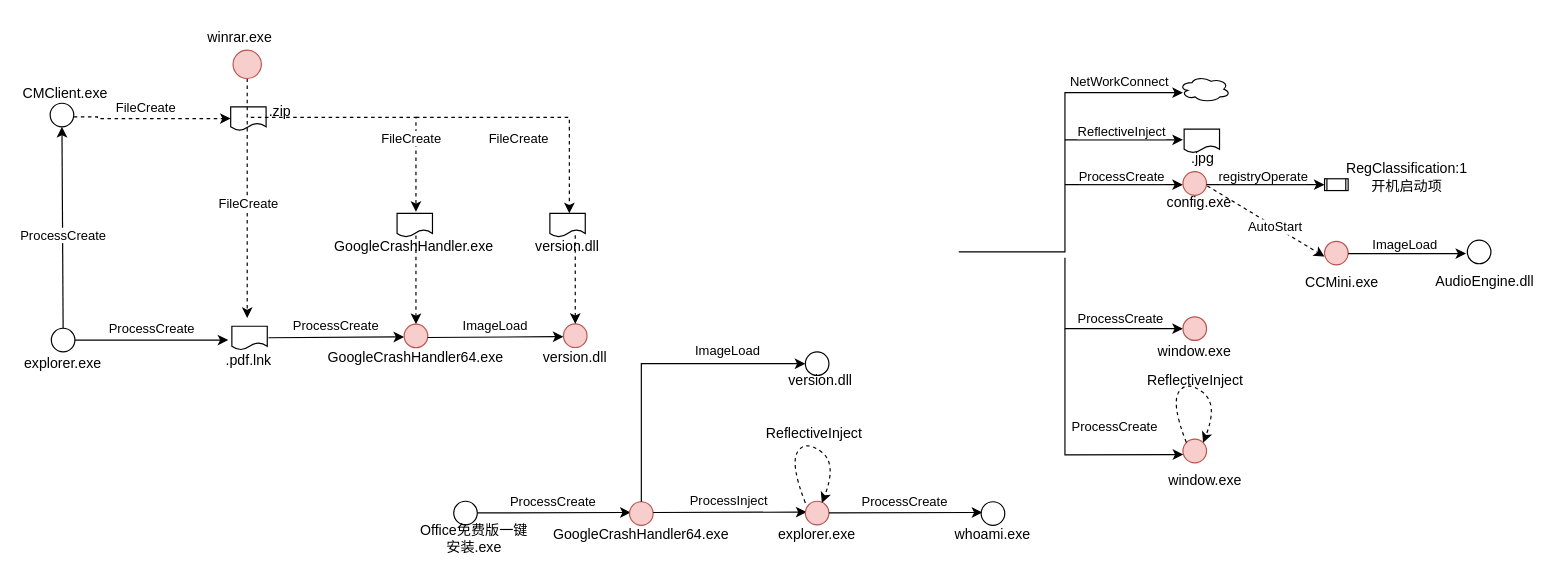
Earlier version of the draw.io diagram 银狐5.drawio (ernongxizhu/picture). Source tidied: cells renumbered, new cells numbered last; positions are measured from the earlier drawing's top-left corner, leaving out a move shared by most shapes. Both pictures are drawn from the tidied source at 118%, with x=0, y=0 at pixel (27, 20).
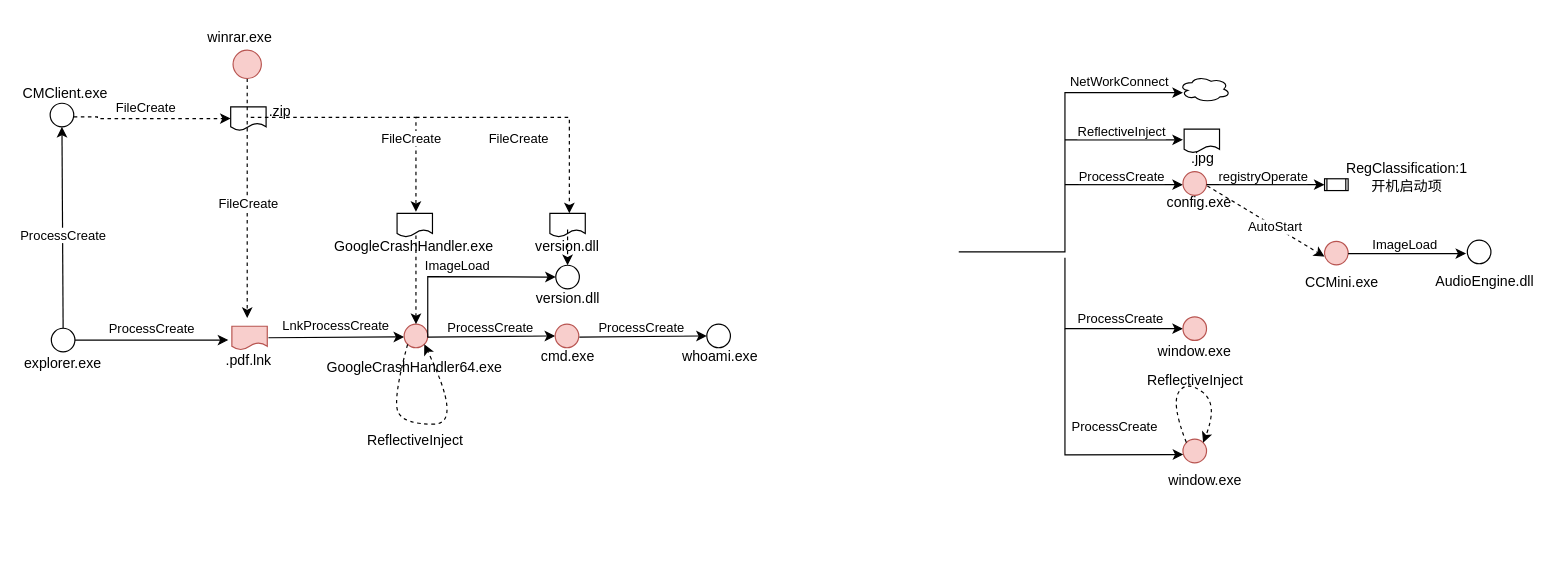
The same page after the edit.

The change refers to these unchanged cells:
```xml
<mxCell id="80" value="version.dll" style="text;strokeColor=none;align=center;fillColor=none;html=1;verticalAlign=middle;whiteSpace=wrap;rounded=0;" parent="1" vertex="1">
  <mxGeometry x="409" y="177" width="97" height="30" as="geometry" />
</mxCell>
<mxCell id="81" style="endArrow=classic;html=1;rounded=0;exitX=1;exitY=0.5;exitDx=0;exitDy=0;" parent="1" edge="1">
  <mxGeometry relative="1" as="geometry">
    <mxPoint x="204" y="268.7" as="sourcePoint" />
    <mxPoint x="319" y="268" as="targetPoint" />
  </mxGeometry>
</mxCell>
<mxCell id="83" style="ellipse;whiteSpace=wrap;html=1;fillColor=#f8cecc;strokeColor=#b85450;" parent="1" vertex="1">
  <mxGeometry x="319" y="257.2" width="20" height="20" as="geometry" />
</mxCell>
```

What changed in the source:
```diff
@@
-    <mxCell id="5" style="ellipse;whiteSpace=wrap;html=1;" parent="1" vertex="1">
-      <mxGeometry x="361" y="407.3" width="20" height="20" as="geometry" />
-    </mxCell>
@@
-    <mxCell id="9" value="Office免费版一键安装.exe" style="text;strokeColor=none;align=center;fillColor=none;html=1;verticalAlign=middle;whiteSpace=wrap;rounded=0;" parent="1" vertex="1">
-      <mxGeometry x="329" y="424.3" width="99" height="30" as="geometry" />
-    </mxCell>
@@
-    <mxCell id="53" style="shape=document;whiteSpace=wrap;html=1;boundedLbl=1;" parent="1" vertex="1">
+    <mxCell id="53" style="shape=document;whiteSpace=wrap;html=1;boundedLbl=1;fillColor=#f8cecc;strokeColor=#b85450;" parent="1" vertex="1">
       <mxGeometry x="173" y="259" width="30" height="20" as="geometry" />
     </mxCell>
@@
-    <mxCell id="55" style="endArrow=classic;html=1;rounded=0;exitX=1;exitY=0.5;exitDx=0;exitDy=0;" parent="1" edge="1">
-      <mxGeometry relative="1" as="geometry">
-        <mxPoint x="381" y="417.2" as="sourcePoint" />
-        <mxPoint x="511" y="416.8" as="targetPoint" />
-      </mxGeometry>
-    </mxCell>
-    <mxCell id="56" value="ProcessCreate" style="edgeLabel;html=1;align=center;verticalAlign=middle;" parent="55" vertex="1">
-      <mxGeometry x="-0.16" y="3" relative="1" as="geometry">
-        <mxPoint x="9" y="-7" as="offset" />
-      </mxGeometry>
-    </mxCell>
-    <mxCell id="57" style="ellipse;whiteSpace=wrap;html=1;fillColor=#f8cecc;strokeColor=#b85450;" parent="1" vertex="1">
-      <mxGeometry x="510" y="407.7" width="20" height="20" as="geometry" />
-    </mxCell>
-    <mxCell id="58" value="GoogleCrashHandler64.exe" style="text;strokeColor=none;align=center;fillColor=none;html=1;verticalAlign=middle;whiteSpace=wrap;rounded=0;" parent="1" vertex="1">
-      <mxGeometry x="490" y="421.3" width="60" height="30" as="geometry" />
-    </mxCell>
-    <mxCell id="59" style="endArrow=classic;html=1;rounded=0;exitX=0.5;exitY=0;exitDx=0;exitDy=0;entryX=0;entryY=0.5;entryDx=0;entryDy=0;" parent="1" edge="1" source="57" target="61">
-      <mxGeometry relative="1" as="geometry">
-        <Array as="points">
-          <mxPoint x="520" y="290.7" />
-        </Array>
-      </mxGeometry>
-    </mxCell>
-    <mxCell id="60" value="ImageLoad" style="edgeLabel;html=1;align=center;verticalAlign=middle;" parent="59" vertex="1">
-      <mxGeometry x="-0.16" y="3" relative="1" as="geometry">
-        <mxPoint x="75" y="-20" as="offset" />
-      </mxGeometry>
-    </mxCell>
-    <mxCell id="61" style="ellipse;whiteSpace=wrap;html=1;" parent="1" vertex="1">
-      <mxGeometry x="659" y="280.7" width="20" height="20" as="geometry" />
-    </mxCell>
-    <mxCell id="62" value="version.dll" style="text;strokeColor=none;align=center;fillColor=none;html=1;verticalAlign=middle;whiteSpace=wrap;rounded=0;" parent="1" vertex="1">
-      <mxGeometry x="642" y="289.7" width="60" height="30" as="geometry" />
-    </mxCell>
-    <mxCell id="63" style="endArrow=classic;html=1;rounded=0;exitX=1;exitY=0.5;exitDx=0;exitDy=0;" parent="1" edge="1">
-      <mxGeometry relative="1" as="geometry">
-        <mxPoint x="530" y="416.8" as="sourcePoint" />
-        <mxPoint x="660" y="416.5" as="targetPoint" />
-      </mxGeometry>
-    </mxCell>
-    <mxCell id="64" value="ProcessInject" style="edgeLabel;html=1;align=center;verticalAlign=middle;" parent="63" vertex="1">
-      <mxGeometry x="-0.16" y="3" relative="1" as="geometry">
-        <mxPoint x="9" y="-7" as="offset" />
-      </mxGeometry>
-    </mxCell>
-    <mxCell id="65" style="ellipse;whiteSpace=wrap;html=1;fillColor=#f8cecc;strokeColor=#b85450;" parent="1" vertex="1">
-      <mxGeometry x="659" y="407.3" width="20" height="20" as="geometry" />
-    </mxCell>
-    <mxCell id="66" value="explorer.exe" style="text;strokeColor=none;align=center;fillColor=none;html=1;verticalAlign=middle;whiteSpace=wrap;rounded=0;" parent="1" vertex="1">
-      <mxGeometry x="639" y="421" width="60" height="30" as="geometry" />
-    </mxCell>
-    <mxCell id="67" style="curved=1;endArrow=classic;html=1;rounded=0;exitX=0;exitY=0;exitDx=0;exitDy=0;entryX=1;entryY=0;entryDx=0;entryDy=0;dashed=1;" parent="1" edge="1">
-      <mxGeometry relative="1" as="geometry">
-        <mxPoint x="659" y="408.7" as="sourcePoint" />
-        <mxPoint x="673" y="408.7" as="targetPoint" />
-        <Array as="points">
-          <mxPoint x="646" y="375.3" />
-          <mxPoint x="659" y="355.3" />
-          <mxPoint x="686" y="375.3" />
-        </Array>
-      </mxGeometry>
-    </mxCell>
-    <mxCell id="68" value="ReflectiveInject" style="text;whiteSpace=wrap;" parent="1" vertex="1">
-      <mxGeometry x="624" y="335.7" width="90" height="20" as="geometry" />
-    </mxCell>
-    <mxCell id="69" style="endArrow=classic;html=1;rounded=0;exitX=1;exitY=0.5;exitDx=0;exitDy=0;" parent="1" edge="1">
-      <mxGeometry relative="1" as="geometry">
-        <mxPoint x="679" y="417.2" as="sourcePoint" />
-        <mxPoint x="809" y="416.8" as="targetPoint" />
-      </mxGeometry>
-    </mxCell>
-    <mxCell id="70" value="ProcessCreate" style="edgeLabel;html=1;align=center;verticalAlign=middle;" parent="69" vertex="1">
-      <mxGeometry x="-0.16" y="3" relative="1" as="geometry">
-        <mxPoint x="9" y="-7" as="offset" />
-      </mxGeometry>
-    </mxCell>
-    <mxCell id="71" style="ellipse;whiteSpace=wrap;html=1;" parent="1" vertex="1">
-      <mxGeometry x="808" y="407.7" width="20" height="20" as="geometry" />
-    </mxCell>
-    <mxCell id="72" value="whoami.exe" style="text;strokeColor=none;align=center;fillColor=none;html=1;verticalAlign=middle;whiteSpace=wrap;rounded=0;" parent="1" vertex="1">
-      <mxGeometry x="788" y="421.3" width="60" height="30" as="geometry" />
-    </mxCell>
@@
-    <mxCell id="82" value="ProcessCreate" style="edgeLabel;html=1;align=center;verticalAlign=middle;" parent="81" vertex="1">
+    <mxCell id="82" value="LnkProcessCreate" style="edgeLabel;html=1;align=center;verticalAlign=middle;" parent="81" vertex="1">
       <mxGeometry x="-0.16" y="3" relative="1" as="geometry">
         <mxPoint x="9" y="-7" as="offset" />
       </mxGeometry>
     </mxCell>
@@
-    <mxCell id="84" value="GoogleCrashHandler64.exe" style="text;strokeColor=none;align=center;fillColor=none;html=1;verticalAlign=middle;whiteSpace=wrap;rounded=0;" parent="1" vertex="1">
-      <mxGeometry x="299" y="270.8" width="60" height="30" as="geometry" />
-    </mxCell>
@@
-    <mxCell id="86" style="endArrow=classic;html=1;rounded=0;exitX=1;exitY=0.5;exitDx=0;exitDy=0;" parent="1" edge="1">
+    <mxCell id="86" style="endArrow=classic;html=1;rounded=0;exitX=1;exitY=0.5;exitDx=0;exitDy=0;entryX=0;entryY=0.5;entryDx=0;entryDy=0;" parent="1" edge="1" target="88">
       <mxGeometry relative="1" as="geometry">
         <mxPoint x="339" y="268.5" as="sourcePoint" />
-        <mxPoint x="454" y="267.8" as="targetPoint" />
+        <Array as="points">
+          <mxPoint x="339" y="217" />
+        </Array>
       </mxGeometry>
     </mxCell>
@@
-    <mxCell id="88" style="ellipse;whiteSpace=wrap;html=1;fillColor=#f8cecc;strokeColor=#b85450;" parent="1" vertex="1">
-      <mxGeometry x="454" y="257" width="20" height="20" as="geometry" />
+    <mxCell id="88" style="ellipse;whiteSpace=wrap;html=1;" parent="1" vertex="1">
+      <mxGeometry x="447.5" y="207.3" width="20" height="20" as="geometry" />
     </mxCell>
     <mxCell id="89" value="version.dll" style="text;strokeColor=none;align=center;fillColor=none;html=1;verticalAlign=middle;whiteSpace=wrap;rounded=0;" parent="1" vertex="1">
-      <mxGeometry x="434" y="270.7" width="60" height="30" as="geometry" />
+      <mxGeometry x="427.5" y="221" width="60" height="30" as="geometry" />
     </mxCell>
-    <mxCell id="90" style="endArrow=classic;html=1;rounded=0;entryX=0.5;entryY=0;entryDx=0;entryDy=0;dashed=1;" parent="1" edge="1" target="88">
-      <mxGeometry relative="1" as="geometry">
-        <mxPoint x="464" y="181.8" as="sourcePoint" />
-      </mxGeometry>
+    <mxCell id="90" style="endArrow=classic;html=1;rounded=0;entryX=0.5;entryY=0;entryDx=0;entryDy=0;dashed=1;exitX=0.5;exitY=0;exitDx=0;exitDy=0;" parent="1" edge="1" source="80" target="88">
+      <mxGeometry relative="1" as="geometry" />
     </mxCell>
+    <mxCell id="91" style="endArrow=classic;html=1;rounded=0;entryX=0;entryY=0.5;entryDx=0;entryDy=0;" parent="1" edge="1" target="94">
+      <mxGeometry relative="1" as="geometry">
+        <mxPoint x="339" y="268.2" as="sourcePoint" />
+      </mxGeometry>
+    </mxCell>
+    <mxCell id="92" value="ProcessCreate" style="edgeLabel;html=1;align=center;verticalAlign=middle;" parent="91" vertex="1">
+      <mxGeometry x="0.15" y="-2" relative="1" as="geometry">
+        <mxPoint x="-10" y="-10" as="offset" />
+      </mxGeometry>
+    </mxCell>
+    <mxCell id="93" value="cmd.exe" style="text;strokeColor=none;align=center;fillColor=none;html=1;verticalAlign=middle;whiteSpace=wrap;rounded=0;" parent="1" vertex="1">
+      <mxGeometry x="428" y="270.2" width="60" height="30" as="geometry" />
+    </mxCell>
+    <mxCell id="94" style="ellipse;whiteSpace=wrap;html=1;fillColor=#f8cecc;strokeColor=#b85450;" parent="1" vertex="1">
+      <mxGeometry x="447" y="257.2" width="20" height="20" as="geometry" />
+    </mxCell>
+    <mxCell id="95" style="endArrow=classic;html=1;rounded=0;entryX=0;entryY=0.5;entryDx=0;entryDy=0;" parent="1" edge="1" target="97">
+      <mxGeometry relative="1" as="geometry">
+        <mxPoint x="467.5" y="268.2" as="sourcePoint" />
+      </mxGeometry>
+    </mxCell>
+    <mxCell id="96" value="ProcessCreate" style="edgeLabel;html=1;align=center;verticalAlign=middle;" parent="95" vertex="1">
+      <mxGeometry x="0.15" y="-2" relative="1" as="geometry">
+        <mxPoint x="-10" y="-10" as="offset" />
+      </mxGeometry>
+    </mxCell>
+    <mxCell id="72" value="whoami.exe" style="text;strokeColor=none;align=center;fillColor=none;html=1;verticalAlign=middle;whiteSpace=wrap;rounded=0;" parent="1" vertex="1">
+      <mxGeometry x="556.5" y="270.2" width="60" height="30" as="geometry" />
+    </mxCell>
+    <mxCell id="97" style="ellipse;whiteSpace=wrap;html=1;" parent="1" vertex="1">
+      <mxGeometry x="575.5" y="257.2" width="20" height="20" as="geometry" />
+    </mxCell>
+    <mxCell id="98" style="curved=1;endArrow=classic;html=1;rounded=0;exitX=0;exitY=1;exitDx=0;exitDy=0;entryX=1;entryY=1;entryDx=0;entryDy=0;dashed=1;" parent="1" edge="1" source="83" target="83">
+      <mxGeometry relative="1" as="geometry">
+        <Array as="points">
+          <mxPoint x="309" y="322" />
+          <mxPoint x="319" y="342" />
+          <mxPoint x="369" y="342" />
+        </Array>
+      </mxGeometry>
+    </mxCell>
+    <mxCell id="68" value="ReflectiveInject" style="text;whiteSpace=wrap;" parent="1" vertex="1">
+      <mxGeometry x="286" y="342" width="90" height="20" as="geometry" />
+    </mxCell>
+    <mxCell id="84" value="GoogleCrashHandler64.exe" style="text;strokeColor=none;align=center;fillColor=none;html=1;verticalAlign=middle;whiteSpace=wrap;rounded=0;" parent="1" vertex="1">
+      <mxGeometry x="297.5" y="279" width="60" height="30" as="geometry" />
+    </mxCell>
```
